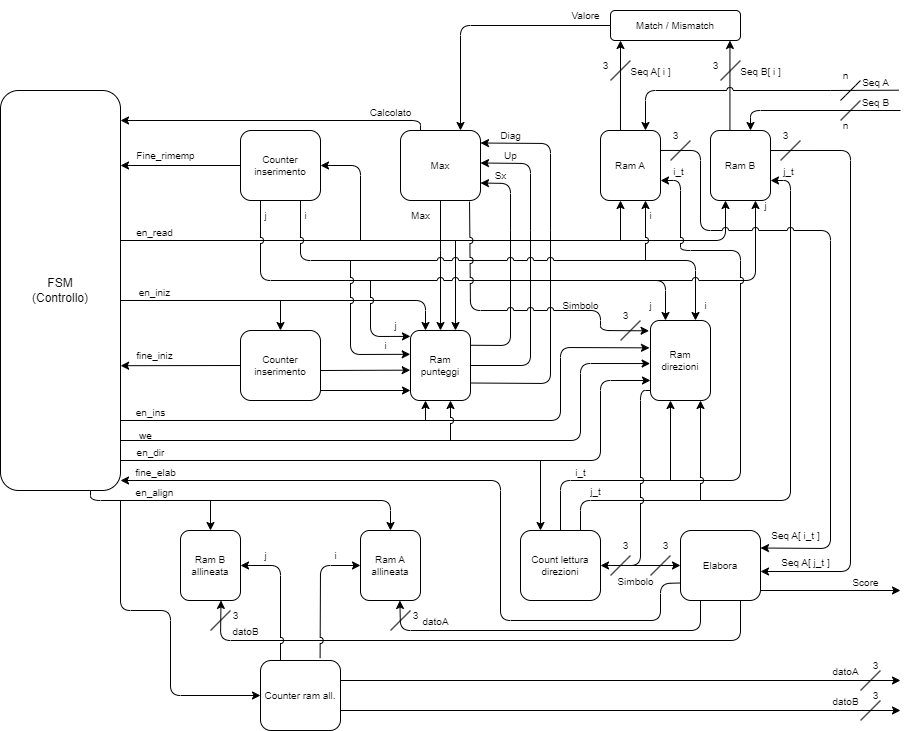
Above: DatapathSchematic.drawio.png in Dani-Picciau/NW_algorithm (draw.io), before the change. Source tidied: cells renumbered, new cells last; positions are measured from the earlier drawing's top-left corner, leaving out a move shared by most shapes.
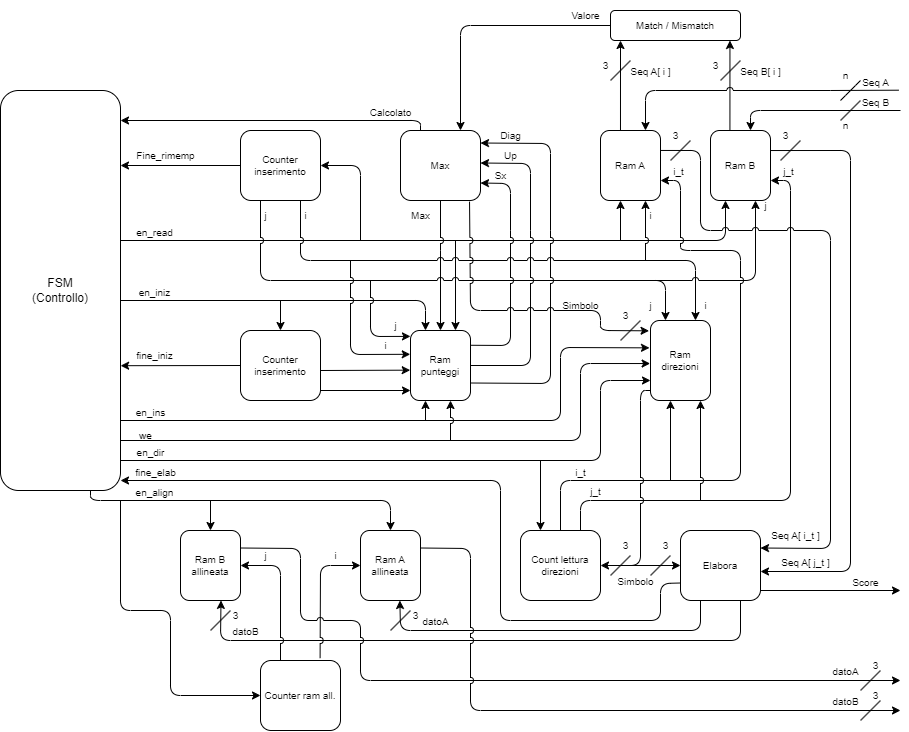
After the commit.

Commit message:
Aggiornamento datapath

Change to the diagram source:
```diff
@@ -142,7 +142,7 @@
         <mxPoint x="440" y="250" as="sourcePoint" />
       </mxGeometry>
     </mxCell>
-    <mxCell id="32" style="endArrow=none;html=1;strokeWidth=1;fontSize=10;fillColor=none;entryX=0.5;entryY=1;entryDx=0;entryDy=0;" parent="1" edge="1" target="5">
+    <mxCell id="32" style="endArrow=none;html=1;strokeWidth=1;fontSize=10;fillColor=none;entryX=0.5;entryY=1;entryDx=0;entryDy=0;jumpStyle=arc;" parent="1" edge="1" target="5">
       <mxGeometry relative="1" as="geometry">
         <mxPoint x="440" y="250" as="sourcePoint" />
       </mxGeometry>
@@ -175,7 +175,7 @@
         </Array>
       </mxGeometry>
     </mxCell>
-    <mxCell id="39" style="endArrow=none;html=1;strokeWidth=1;fontSize=10;fillColor=none;exitX=1.002;exitY=0.211;exitDx=0;exitDy=0;exitPerimeter=0;" parent="1" edge="1" source="29">
+    <mxCell id="39" style="endArrow=none;html=1;strokeWidth=1;fontSize=10;fillColor=none;exitX=1.002;exitY=0.211;exitDx=0;exitDy=0;exitPerimeter=0;jumpStyle=arc;" parent="1" edge="1" source="29">
       <mxGeometry relative="1" as="geometry">
         <mxPoint x="510" y="230" as="targetPoint" />
         <Array as="points">
@@ -183,7 +183,7 @@
         </Array>
       </mxGeometry>
     </mxCell>
-    <mxCell id="40" style="endArrow=none;html=1;strokeWidth=1;fontSize=10;fillColor=none;exitX=1;exitY=0.5;exitDx=0;exitDy=0;" parent="1" edge="1" source="29">
+    <mxCell id="40" style="endArrow=none;html=1;strokeWidth=1;fontSize=10;fillColor=none;exitX=1;exitY=0.5;exitDx=0;exitDy=0;jumpStyle=arc;" parent="1" edge="1" source="29">
       <mxGeometry relative="1" as="geometry">
         <mxPoint x="530" y="230" as="targetPoint" />
         <Array as="points">
@@ -191,7 +191,7 @@
         </Array>
       </mxGeometry>
     </mxCell>
-    <mxCell id="41" style="endArrow=none;html=1;strokeWidth=1;fontSize=10;fillColor=none;exitX=1;exitY=0.75;exitDx=0;exitDy=0;" parent="1" edge="1" source="29">
+    <mxCell id="41" style="endArrow=none;html=1;strokeWidth=1;fontSize=10;fillColor=none;exitX=1;exitY=0.75;exitDx=0;exitDy=0;jumpStyle=arc;" parent="1" edge="1" source="29">
       <mxGeometry relative="1" as="geometry">
         <mxPoint x="550" y="230" as="targetPoint" />
         <Array as="points">
@@ -653,16 +653,24 @@
         </Array>
       </mxGeometry>
     </mxCell>
-    <mxCell id="129" style="endArrow=classic;html=1;jumpStyle=arc;" parent="1" edge="1">
+    <mxCell id="129" style="endArrow=classic;html=1;jumpStyle=arc;exitX=1;exitY=0.25;exitDx=0;exitDy=0;" parent="1" edge="1" source="110">
       <mxGeometry relative="1" as="geometry">
-        <mxPoint x="340" y="680" as="sourcePoint" />
         <mxPoint x="900" y="680" as="targetPoint" />
+        <Array as="points">
+          <mxPoint x="300" y="548" />
+          <mxPoint x="300" y="620" />
+          <mxPoint x="360" y="620" />
+          <mxPoint x="360" y="680" />
+        </Array>
       </mxGeometry>
     </mxCell>
-    <mxCell id="130" style="endArrow=classic;html=1;jumpStyle=arc;" parent="1" edge="1">
+    <mxCell id="130" style="endArrow=classic;html=1;jumpStyle=arc;exitX=1;exitY=0.25;exitDx=0;exitDy=0;" parent="1" edge="1" source="111">
       <mxGeometry relative="1" as="geometry">
-        <mxPoint x="340" y="710" as="sourcePoint" />
         <mxPoint x="900" y="710" as="targetPoint" />
+        <Array as="points">
+          <mxPoint x="470" y="548" />
+          <mxPoint x="470" y="710" />
+        </Array>
       </mxGeometry>
     </mxCell>
     <mxCell id="131" style="endArrow=none;html=1;strokeWidth=1;fontSize=10;" parent="1" edge="1">
```
